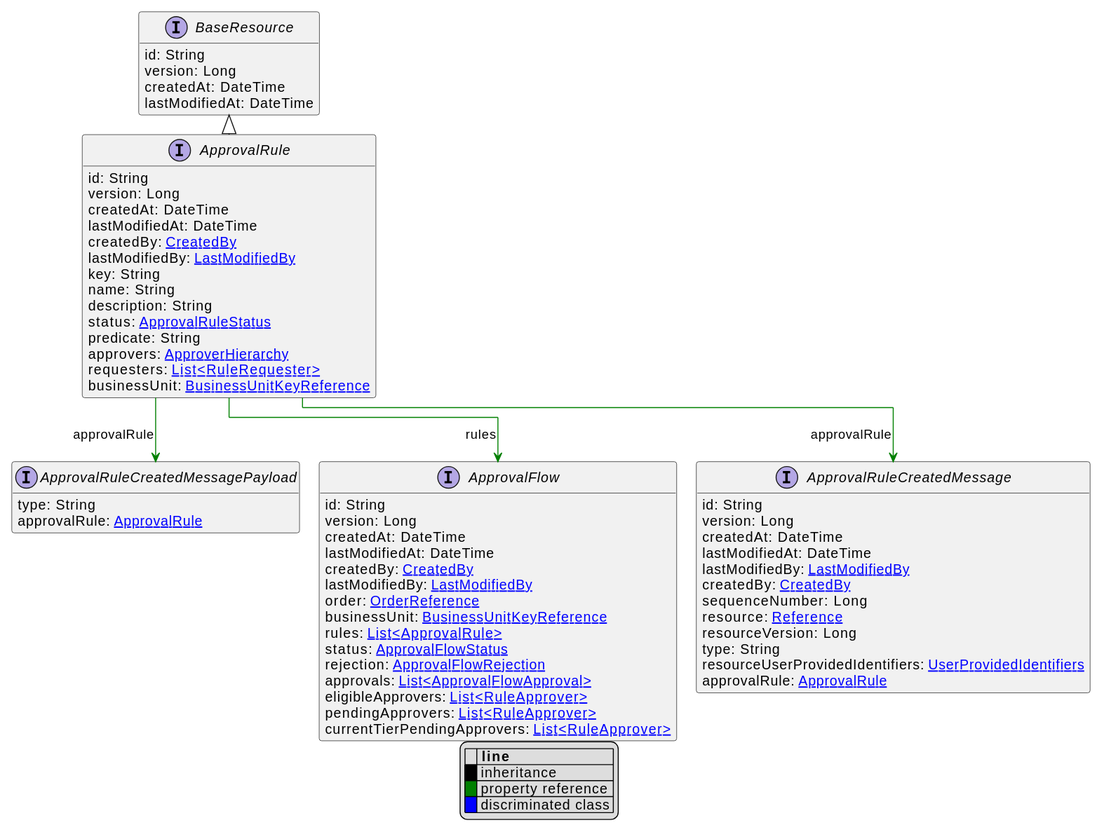
The PlantUML diagram uml/api/svg/ApprovalRule.svg in commercetools/commercetools-api-reference, before a commit. Its diagram source:
```plantuml
@startuml
!pragma layout elk
hide empty fields
hide empty methods
legend
|= |= line |
|<back:black>   </back>| inheritance |
|<back:green>   </back>| property reference |
|<back:blue>   </back>| discriminated class |
endlegend
interface ApprovalRule [[ApprovalRule.svg]] extends BaseResource {
    id: String
    version: Long
    createdAt: DateTime
    lastModifiedAt: DateTime
    createdBy: [[CreatedBy.svg CreatedBy]]
    lastModifiedBy: [[LastModifiedBy.svg LastModifiedBy]]
    key: String
    name: String
    description: String
    status: [[ApprovalRuleStatus.svg ApprovalRuleStatus]]
    predicate: String
    approvers: [[ApproverHierarchy.svg ApproverHierarchy]]
    requesters: [[RuleRequester.svg List<RuleRequester>]]
    businessUnit: [[BusinessUnitKeyReference.svg BusinessUnitKeyReference]]
}
interface BaseResource [[BaseResource.svg]]  {
    id: String
    version: Long
    createdAt: DateTime
    lastModifiedAt: DateTime
}


interface ApprovalFlow [[ApprovalFlow.svg]]  {
    id: String
    version: Long
    createdAt: DateTime
    lastModifiedAt: DateTime
    createdBy: [[CreatedBy.svg CreatedBy]]
    lastModifiedBy: [[LastModifiedBy.svg LastModifiedBy]]
    order: [[OrderReference.svg OrderReference]]
    businessUnit: [[BusinessUnitKeyReference.svg BusinessUnitKeyReference]]
    rules: [[ApprovalRule.svg List<ApprovalRule>]]
    status: [[ApprovalFlowStatus.svg ApprovalFlowStatus]]
    rejection: [[ApprovalFlowRejection.svg ApprovalFlowRejection]]
    approvals: [[ApprovalFlowApproval.svg List<ApprovalFlowApproval>]]
    eligibleApprovers: [[RuleApprover.svg List<RuleApprover>]]
    pendingApprovers: [[RuleApprover.svg List<RuleApprover>]]
    currentTierPendingApprovers: [[RuleApprover.svg List<RuleApprover>]]
}
interface ApprovalRuleCreatedMessage [[ApprovalRuleCreatedMessage.svg]]  {
    id: String
    version: Long
    createdAt: DateTime
    lastModifiedAt: DateTime
    lastModifiedBy: [[LastModifiedBy.svg LastModifiedBy]]
    createdBy: [[CreatedBy.svg CreatedBy]]
    sequenceNumber: Long
    resource: [[Reference.svg Reference]]
    resourceVersion: Long
    type: String
    resourceUserProvidedIdentifiers: [[UserProvidedIdentifiers.svg UserProvidedIdentifiers]]
    approvalRule: [[ApprovalRule.svg ApprovalRule]]
}
interface ApprovalRuleCreatedMessagePayload [[ApprovalRuleCreatedMessagePayload.svg]]  {
    type: String
    approvalRule: [[ApprovalRule.svg ApprovalRule]]
}

ApprovalRule --> ApprovalFlow #green;text:green : "rules"
ApprovalRule --> ApprovalRuleCreatedMessage #green;text:green : "approvalRule"
ApprovalRule --> ApprovalRuleCreatedMessagePayload #green;text:green : "approvalRule"
@enduml
```
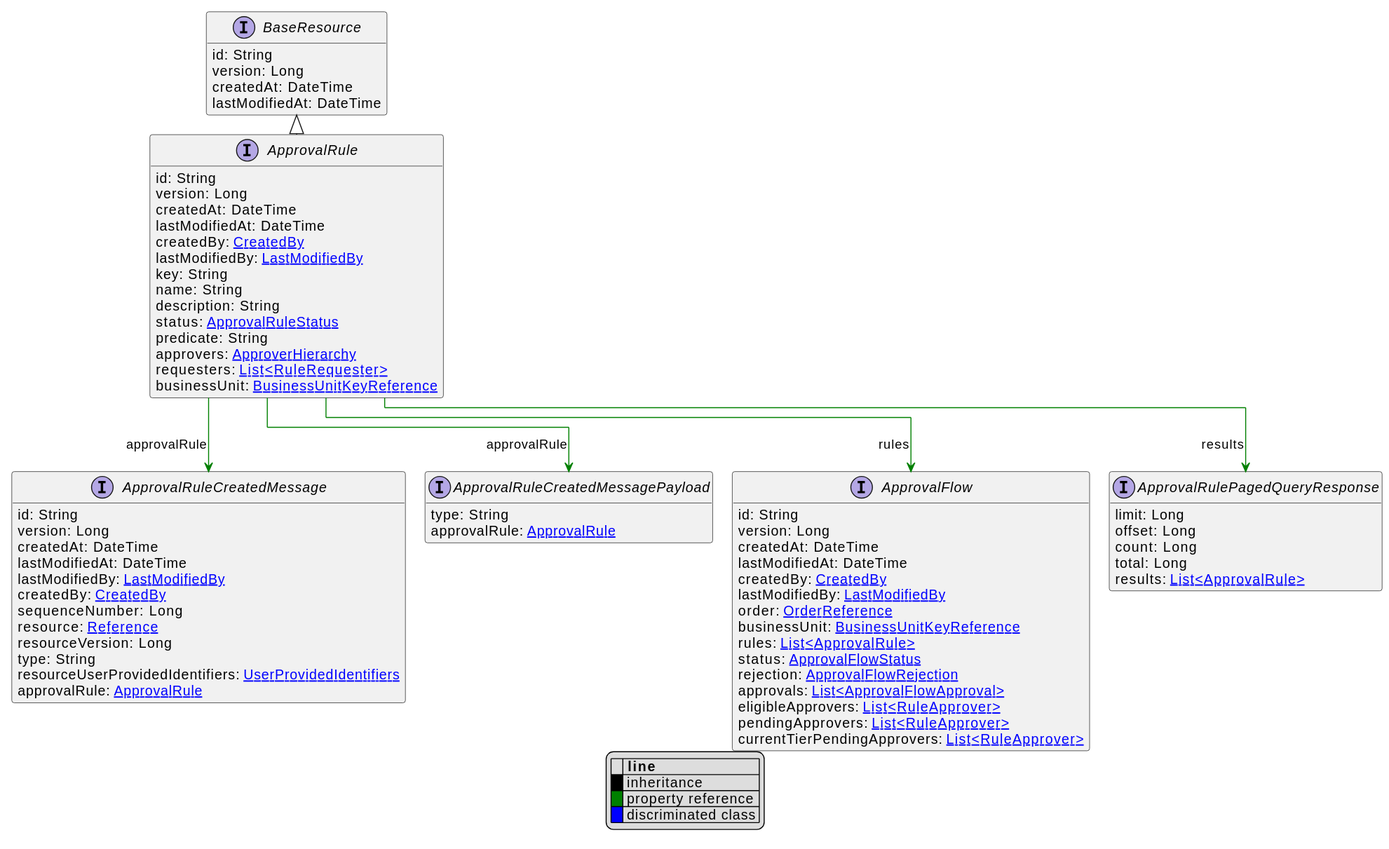
Above is the later version.

Change to the diagram source:
```diff
@@ -49,6 +49,13 @@
     pendingApprovers: [[RuleApprover.svg List<RuleApprover>]]
     currentTierPendingApprovers: [[RuleApprover.svg List<RuleApprover>]]
 }
+interface ApprovalRulePagedQueryResponse [[ApprovalRulePagedQueryResponse.svg]]  {
+    limit: Long
+    offset: Long
+    count: Long
+    total: Long
+    results: [[ApprovalRule.svg List<ApprovalRule>]]
+}
 interface ApprovalRuleCreatedMessage [[ApprovalRuleCreatedMessage.svg]]  {
     id: String
     version: Long
@@ -69,6 +76,7 @@
 }
 
 ApprovalRule --> ApprovalFlow #green;text:green : "rules"
+ApprovalRule --> ApprovalRulePagedQueryResponse #green;text:green : "results"
 ApprovalRule --> ApprovalRuleCreatedMessage #green;text:green : "approvalRule"
 ApprovalRule --> ApprovalRuleCreatedMessagePayload #green;text:green : "approvalRule"
 @enduml
```
